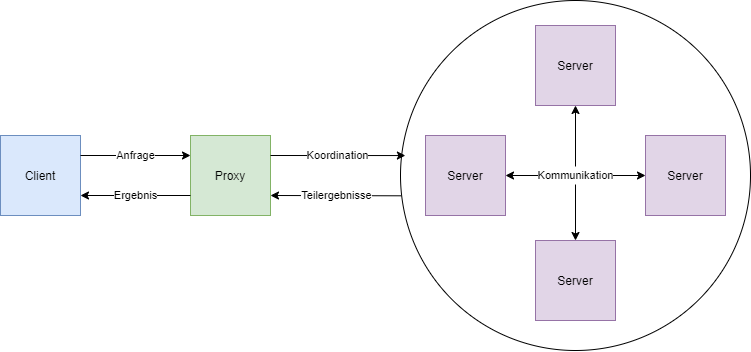
Above: img/Architektur-Cluster.png in ToxicJojo/Master (draw.io), before the change. Source tidied: cells renumbered, new cells last; positions are measured from the earlier drawing's top-left corner, leaving out a move shared by most shapes.
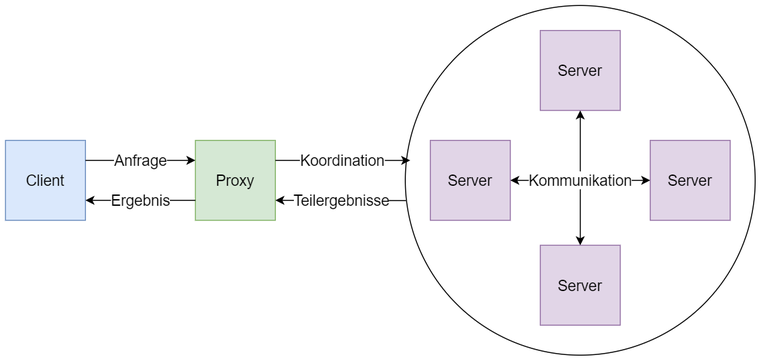
The same file after the commit.

The edit, as a diff of the source:
```diff
@@ -2,43 +2,43 @@
   <root>
     <mxCell id="0" />
     <mxCell id="1" parent="0" />
-    <mxCell id="2" style="ellipse;whiteSpace=wrap;html=1;fillColor=none;" parent="1" vertex="1">
+    <mxCell id="2" style="ellipse;whiteSpace=wrap;html=1;fillColor=none;fontSize=15;" parent="1" vertex="1">
       <mxGeometry x="400" width="350" height="350" as="geometry" />
     </mxCell>
-    <mxCell id="3" value="Client" style="rounded=0;whiteSpace=wrap;html=1;fillColor=#dae8fc;strokeColor=#6c8ebf;" parent="1" vertex="1">
+    <mxCell id="3" value="Client" style="rounded=0;whiteSpace=wrap;html=1;fillColor=#dae8fc;strokeColor=#6c8ebf;fontSize=15;" parent="1" vertex="1">
       <mxGeometry y="135" width="80" height="80" as="geometry" />
     </mxCell>
-    <mxCell id="4" value="Proxy" style="whiteSpace=wrap;html=1;fillColor=#d5e8d4;strokeColor=#82b366;" parent="1" vertex="1">
+    <mxCell id="4" value="Proxy" style="whiteSpace=wrap;html=1;fillColor=#d5e8d4;strokeColor=#82b366;fontSize=15;" parent="1" vertex="1">
       <mxGeometry x="190" y="135" width="80" height="80" as="geometry" />
     </mxCell>
-    <mxCell id="5" value="Server" style="whiteSpace=wrap;html=1;fillColor=#e1d5e7;strokeColor=#9673a6;" parent="1" vertex="1">
+    <mxCell id="5" value="Server" style="whiteSpace=wrap;html=1;fillColor=#e1d5e7;strokeColor=#9673a6;fontSize=15;" parent="1" vertex="1">
       <mxGeometry x="535" y="25" width="80" height="80" as="geometry" />
     </mxCell>
-    <mxCell id="6" value="Server" style="whiteSpace=wrap;html=1;fillColor=#e1d5e7;strokeColor=#9673a6;" parent="1" vertex="1">
+    <mxCell id="6" value="Server" style="whiteSpace=wrap;html=1;fillColor=#e1d5e7;strokeColor=#9673a6;fontSize=15;" parent="1" vertex="1">
       <mxGeometry x="535" y="240" width="80" height="80" as="geometry" />
     </mxCell>
-    <mxCell id="7" value="Server" style="whiteSpace=wrap;html=1;fillColor=#e1d5e7;strokeColor=#9673a6;" parent="1" vertex="1">
+    <mxCell id="7" value="Server" style="whiteSpace=wrap;html=1;fillColor=#e1d5e7;strokeColor=#9673a6;fontSize=15;" parent="1" vertex="1">
       <mxGeometry x="645" y="135" width="80" height="80" as="geometry" />
     </mxCell>
-    <mxCell id="8" value="Server" style="whiteSpace=wrap;html=1;fillColor=#e1d5e7;strokeColor=#9673a6;" parent="1" vertex="1">
+    <mxCell id="8" value="Server" style="whiteSpace=wrap;html=1;fillColor=#e1d5e7;strokeColor=#9673a6;fontSize=15;" parent="1" vertex="1">
       <mxGeometry x="425" y="135" width="80" height="80" as="geometry" />
     </mxCell>
-    <mxCell id="9" value="Kommunikation" style="endArrow=classic;startArrow=classic;html=1;entryX=0;entryY=0.5;entryDx=0;entryDy=0;exitX=1;exitY=0.5;exitDx=0;exitDy=0;" parent="1" edge="1" source="8" target="7">
+    <mxCell id="9" value="Kommunikation" style="endArrow=classic;startArrow=classic;html=1;entryX=0;entryY=0.5;entryDx=0;entryDy=0;exitX=1;exitY=0.5;exitDx=0;exitDy=0;fontSize=15;" parent="1" edge="1" source="8" target="7">
       <mxGeometry relative="1" as="geometry" />
     </mxCell>
-    <mxCell id="10" style="endArrow=classic;startArrow=classic;html=1;entryX=0.5;entryY=1;entryDx=0;entryDy=0;exitX=0.5;exitY=0;exitDx=0;exitDy=0;jumpStyle=gap;jumpSize=18;" parent="1" edge="1" source="6" target="5">
+    <mxCell id="10" style="endArrow=classic;startArrow=classic;html=1;entryX=0.5;entryY=1;entryDx=0;entryDy=0;exitX=0.5;exitY=0;exitDx=0;exitDy=0;jumpStyle=gap;jumpSize=18;fontSize=15;" parent="1" edge="1" source="6" target="5">
       <mxGeometry relative="1" as="geometry" />
     </mxCell>
-    <mxCell id="11" value="Anfrage" style="endArrow=classic;html=1;exitX=1;exitY=0.25;exitDx=0;exitDy=0;entryX=0;entryY=0.25;entryDx=0;entryDy=0;" parent="1" edge="1" source="3" target="4">
+    <mxCell id="11" value="Anfrage" style="endArrow=classic;html=1;exitX=1;exitY=0.25;exitDx=0;exitDy=0;entryX=0;entryY=0.25;entryDx=0;entryDy=0;fontSize=15;" parent="1" edge="1" source="3" target="4">
       <mxGeometry relative="1" as="geometry" />
     </mxCell>
-    <mxCell id="12" value="Ergebnis" style="endArrow=classic;html=1;entryX=1;entryY=0.75;entryDx=0;entryDy=0;exitX=0;exitY=0.75;exitDx=0;exitDy=0;" parent="1" edge="1" source="4" target="3">
+    <mxCell id="12" value="Ergebnis" style="endArrow=classic;html=1;entryX=1;entryY=0.75;entryDx=0;entryDy=0;exitX=0;exitY=0.75;exitDx=0;exitDy=0;fontSize=15;" parent="1" edge="1" source="4" target="3">
       <mxGeometry relative="1" as="geometry" />
     </mxCell>
-    <mxCell id="13" value="Koordination" style="endArrow=classic;html=1;exitX=1;exitY=0.25;exitDx=0;exitDy=0;entryX=0.014;entryY=0.443;entryDx=0;entryDy=0;entryPerimeter=0;" parent="1" edge="1" source="4" target="2">
+    <mxCell id="13" value="Koordination" style="endArrow=classic;html=1;exitX=1;exitY=0.25;exitDx=0;exitDy=0;entryX=0.014;entryY=0.443;entryDx=0;entryDy=0;entryPerimeter=0;fontSize=15;" parent="1" edge="1" source="4" target="2">
       <mxGeometry relative="1" as="geometry" />
     </mxCell>
-    <mxCell id="14" value="Teilergebnisse" style="endArrow=classic;html=1;entryX=1;entryY=0.75;entryDx=0;entryDy=0;exitX=0.002;exitY=0.558;exitDx=0;exitDy=0;exitPerimeter=0;" parent="1" edge="1" source="2" target="4">
+    <mxCell id="14" value="Teilergebnisse" style="endArrow=classic;html=1;entryX=1;entryY=0.75;entryDx=0;entryDy=0;exitX=0.002;exitY=0.558;exitDx=0;exitDy=0;exitPerimeter=0;fontSize=15;" parent="1" edge="1" source="2" target="4">
       <mxGeometry relative="1" as="geometry" />
     </mxCell>
   </root>
```
